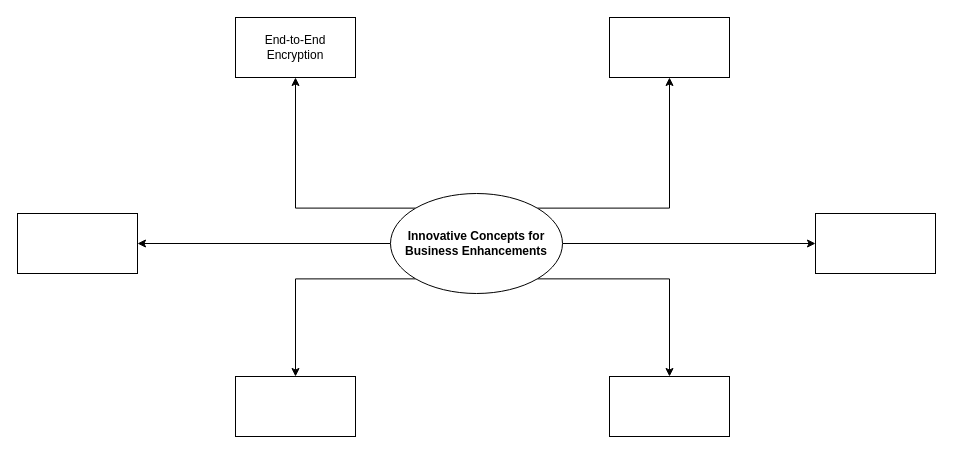
Tinggii/Tinggii keeps this draw.io diagram as Concepts_brainstorming.drawio. Above is the earlier version. Source tidied: cells renumbered, new cells numbered last; positions are measured from the earlier drawing's top-left corner, leaving out a move shared by most shapes. Both pictures are drawn from the tidied source at 100%, with x=0, y=0 at pixel (17, 17).
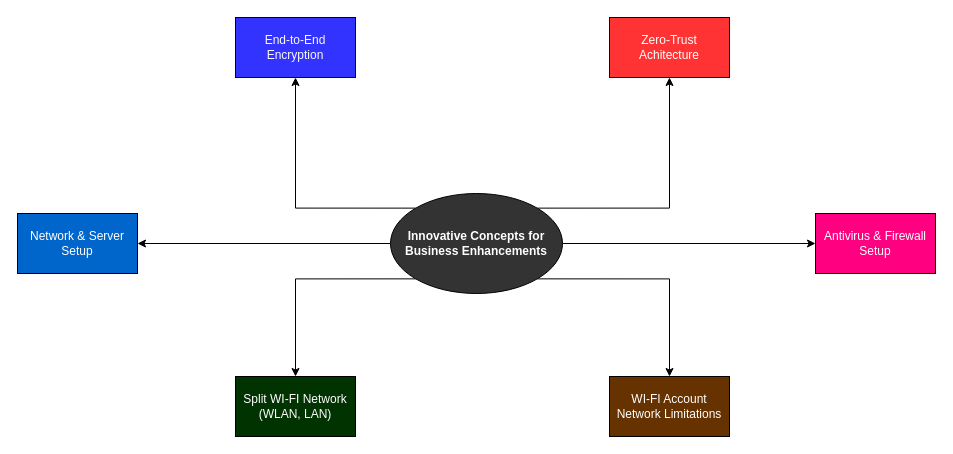
After the change.

Change to the diagram source:
```diff
@@
 <mxGraphModel>
   <root>
     <mxCell id="0" />
     <mxCell id="1" parent="0" />
     <mxCell id="2" style="edgeStyle=orthogonalEdgeStyle;rounded=0;jettySize=auto;html=1;" parent="1" edge="1" source="8" target="13">
       <mxGeometry relative="1" as="geometry" />
     </mxCell>
     <mxCell id="3" style="edgeStyle=orthogonalEdgeStyle;rounded=0;jettySize=auto;html=1;exitX=0;exitY=0;exitDx=0;exitDy=0;entryX=0.5;entryY=1;entryDx=0;entryDy=0;" parent="1" edge="1" source="8" target="10">
       <mxGeometry relative="1" as="geometry" />
     </mxCell>
     <mxCell id="4" style="edgeStyle=orthogonalEdgeStyle;rounded=0;jettySize=auto;html=1;exitX=1;exitY=0;exitDx=0;exitDy=0;entryX=0.5;entryY=1;entryDx=0;entryDy=0;" parent="1" edge="1" source="8" target="9">
       <mxGeometry relative="1" as="geometry" />
     </mxCell>
     <mxCell id="5" style="edgeStyle=orthogonalEdgeStyle;rounded=0;jettySize=auto;html=1;exitX=1;exitY=0.5;exitDx=0;exitDy=0;entryX=0;entryY=0.5;entryDx=0;entryDy=0;" parent="1" edge="1" source="8" target="14">
       <mxGeometry relative="1" as="geometry" />
     </mxCell>
     <mxCell id="6" style="edgeStyle=orthogonalEdgeStyle;rounded=0;jettySize=auto;html=1;exitX=1;exitY=1;exitDx=0;exitDy=0;" parent="1" edge="1" source="8" target="12">
       <mxGeometry relative="1" as="geometry" />
     </mxCell>
     <mxCell id="7" style="edgeStyle=orthogonalEdgeStyle;rounded=0;jettySize=auto;html=1;exitX=0;exitY=1;exitDx=0;exitDy=0;" parent="1" edge="1" source="8" target="11">
       <mxGeometry relative="1" as="geometry" />
     </mxCell>
-    <mxCell id="8" value="&lt;p&gt;&lt;b&gt;Innovative Concepts for Business Enhancements&lt;/b&gt;&lt;/p&gt;" style="ellipse;whiteSpace=wrap;html=1;" parent="1" vertex="1">
+    <mxCell id="8" value="&lt;p&gt;&lt;b&gt;&lt;font color=&quot;#ffffff&quot;&gt;Innovative Concepts for Business Enhancements&lt;/font&gt;&lt;/b&gt;&lt;/p&gt;" style="ellipse;whiteSpace=wrap;html=1;fillColor=#333333;" parent="1" vertex="1">
       <mxGeometry x="373" y="176" width="172" height="100" as="geometry" />
     </mxCell>
-    <mxCell id="9" style="rounded=0;whiteSpace=wrap;html=1;" parent="1" vertex="1">
+    <mxCell id="9" value="&lt;font color=&quot;#ffffff&quot;&gt;Zero-Trust Achitecture&lt;/font&gt;" style="rounded=0;whiteSpace=wrap;html=1;fillColor=#FF3333;" parent="1" vertex="1">
       <mxGeometry x="592" width="120" height="60" as="geometry" />
     </mxCell>
-    <mxCell id="10" value="End-to-End Encryption" style="rounded=0;whiteSpace=wrap;html=1;" parent="1" vertex="1">
+    <mxCell id="10" value="&lt;font color=&quot;#fafafa&quot;&gt;End-to-End Encryption&lt;/font&gt;" style="rounded=0;whiteSpace=wrap;html=1;fillColor=#3333FF;shadow=0;" parent="1" vertex="1">
       <mxGeometry x="218" width="120" height="60" as="geometry" />
     </mxCell>
-    <mxCell id="11" style="rounded=0;whiteSpace=wrap;html=1;" parent="1" vertex="1">
+    <mxCell id="11" value="&lt;font color=&quot;#ffffff&quot;&gt;Split WI-FI Network (WLAN, LAN)&lt;/font&gt;" style="rounded=0;whiteSpace=wrap;html=1;fillColor=#003300;" parent="1" vertex="1">
       <mxGeometry x="218" y="359" width="120" height="60" as="geometry" />
     </mxCell>
-    <mxCell id="12" style="rounded=0;whiteSpace=wrap;html=1;" parent="1" vertex="1">
+    <mxCell id="12" value="&lt;font color=&quot;#ffffff&quot;&gt;WI-FI Account Network Limitations&lt;/font&gt;" style="rounded=0;whiteSpace=wrap;html=1;fillColor=#663300;" parent="1" vertex="1">
       <mxGeometry x="592" y="359" width="120" height="60" as="geometry" />
     </mxCell>
-    <mxCell id="13" style="rounded=0;whiteSpace=wrap;html=1;" parent="1" vertex="1">
+    <mxCell id="13" value="&lt;font color=&quot;#ffffff&quot;&gt;Network &amp;amp; Server Setup&lt;/font&gt;" style="rounded=0;whiteSpace=wrap;html=1;fillColor=#0066CC;" parent="1" vertex="1">
       <mxGeometry y="196" width="120" height="60" as="geometry" />
     </mxCell>
-    <mxCell id="14" style="rounded=0;whiteSpace=wrap;html=1;" parent="1" vertex="1">
+    <mxCell id="14" value="&lt;font color=&quot;#ffffff&quot;&gt;Antivirus &amp;amp; Firewall Setup&lt;/font&gt;" style="rounded=0;whiteSpace=wrap;html=1;fillColor=#FF0080;" parent="1" vertex="1">
       <mxGeometry x="798" y="196" width="120" height="60" as="geometry" />
     </mxCell>
   </root>
 </mxGraphModel>
```
